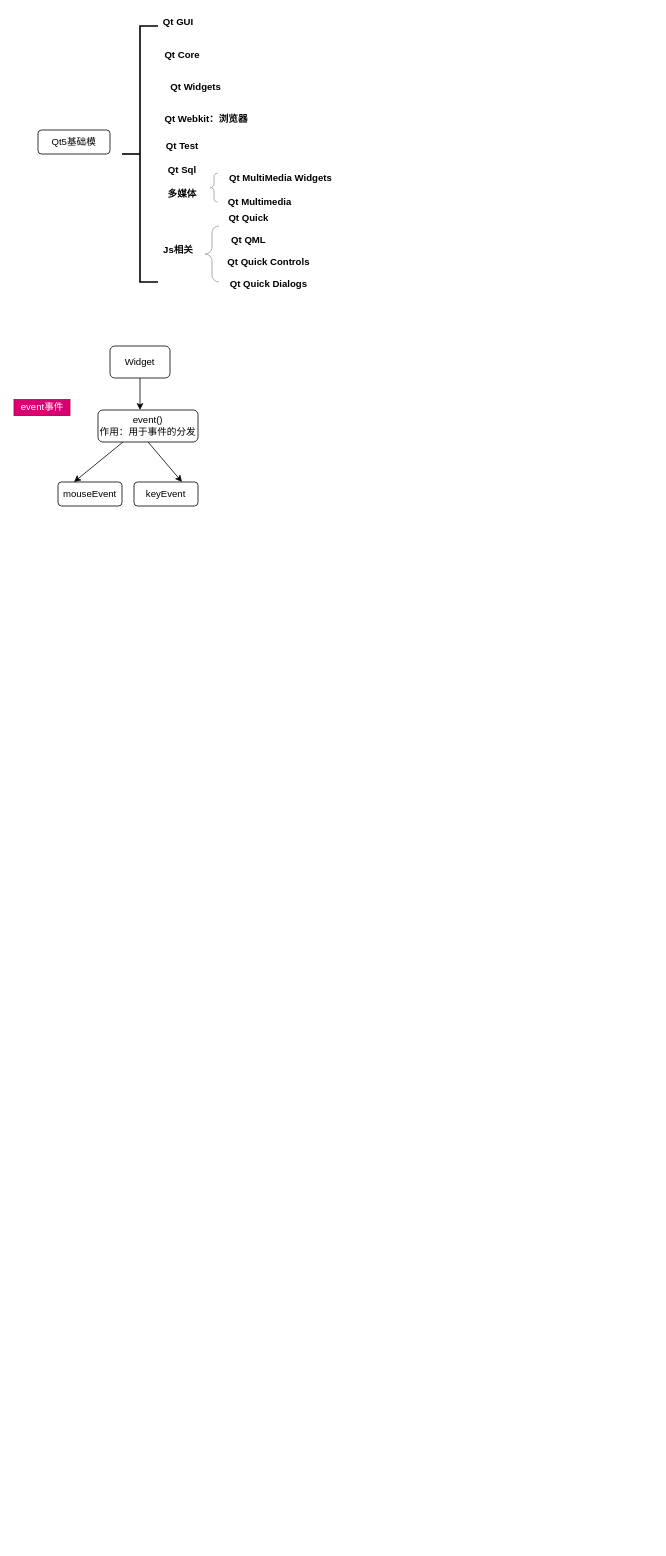
Earlier version of the draw.io diagram QT/Qt基础模块.drawio (JohnJeep/Learning-CS-Journey). Source tidied: cells renumbered, new cells numbered last; positions are measured from the earlier drawing's top-left corner, leaving out a move shared by most shapes. Both pictures are drawn from the tidied source at 80%, with x=0, y=0 at pixel (14, 14).
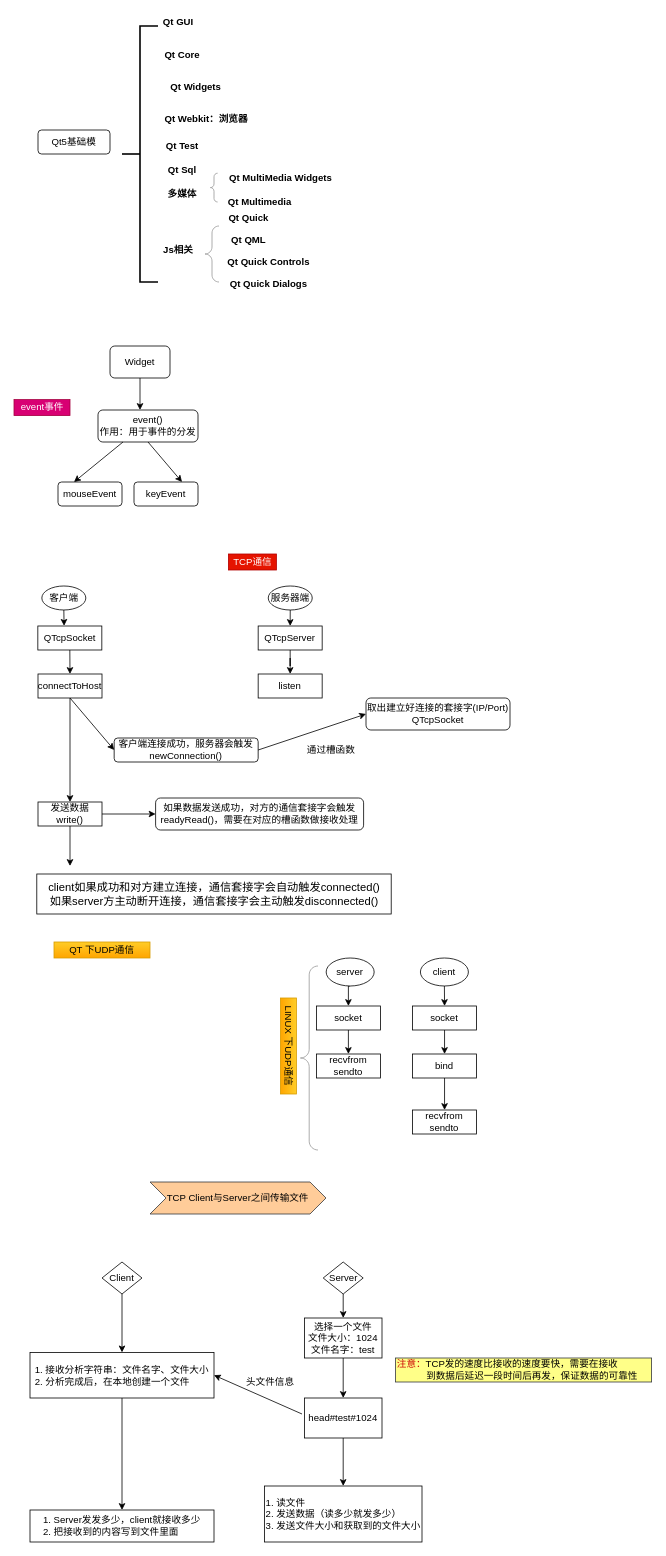
Above is the later version.

What changed in the source:
```diff
@@
+    <mxCell id="28" value="TCP通信" style="text;html=1;align=center;verticalAlign=middle;fillColor=#e51400;strokeColor=#B20000;fontColor=#ffffff;" parent="1" vertex="1">
+      <mxGeometry x="268" y="675" width="60" height="20" as="geometry" />
+    </mxCell>
+    <mxCell id="29" style="edgeStyle=orthogonalEdgeStyle;rounded=0;jettySize=auto;html=1;exitX=0.5;exitY=1;exitDx=0;exitDy=0;entryX=0.41;entryY=-0.007;entryDx=0;entryDy=0;entryPerimeter=0;" parent="1" edge="1" source="30" target="32">
+      <mxGeometry relative="1" as="geometry" />
+    </mxCell>
+    <mxCell id="30" value="客户端" style="ellipse;whiteSpace=wrap;html=1;" parent="1" vertex="1">
+      <mxGeometry x="34.8" y="715" width="55" height="30" as="geometry" />
+    </mxCell>
+    <mxCell id="31" style="edgeStyle=orthogonalEdgeStyle;rounded=0;jettySize=auto;html=1;exitX=0.5;exitY=1;exitDx=0;exitDy=0;entryX=0.5;entryY=0;entryDx=0;entryDy=0;" parent="1" edge="1" source="32" target="34">
+      <mxGeometry relative="1" as="geometry" />
+    </mxCell>
+    <mxCell id="32" value="QTcpSocket" style="rounded=0;whiteSpace=wrap;html=1;" parent="1" vertex="1">
+      <mxGeometry x="29.8" y="765" width="80" height="30" as="geometry" />
+    </mxCell>
+    <mxCell id="33" style="edgeStyle=orthogonalEdgeStyle;rounded=0;jettySize=auto;html=1;" parent="1" edge="1" source="34" target="37">
+      <mxGeometry relative="1" as="geometry" />
+    </mxCell>
+    <mxCell id="34" value="connectToHost" style="rounded=0;whiteSpace=wrap;html=1;" parent="1" vertex="1">
+      <mxGeometry x="30" y="825" width="80" height="30" as="geometry" />
+    </mxCell>
+    <mxCell id="35" style="edgeStyle=orthogonalEdgeStyle;rounded=0;jettySize=auto;html=1;entryX=0;entryY=0.5;entryDx=0;entryDy=0;" parent="1" edge="1" source="37" target="48">
+      <mxGeometry relative="1" as="geometry" />
+    </mxCell>
+    <mxCell id="36" style="edgeStyle=orthogonalEdgeStyle;rounded=0;jettySize=auto;html=1;" parent="1" edge="1" source="37">
+      <mxGeometry relative="1" as="geometry">
+        <mxPoint x="70" y="1065" as="targetPoint" />
+      </mxGeometry>
+    </mxCell>
+    <mxCell id="37" value="发送数据 write()" style="rounded=0;whiteSpace=wrap;html=1;" parent="1" vertex="1">
+      <mxGeometry x="30" y="985" width="80" height="30" as="geometry" />
+    </mxCell>
+    <mxCell id="38" style="edgeStyle=orthogonalEdgeStyle;rounded=0;jettySize=auto;html=1;exitX=0.5;exitY=1;exitDx=0;exitDy=0;entryX=0.5;entryY=0;entryDx=0;entryDy=0;" parent="1" edge="1" source="39" target="41">
+      <mxGeometry relative="1" as="geometry" />
+    </mxCell>
+    <mxCell id="39" value="服务器端" style="ellipse;whiteSpace=wrap;html=1;" parent="1" vertex="1">
+      <mxGeometry x="317.8" y="715" width="55" height="30" as="geometry" />
+    </mxCell>
+    <mxCell id="40" style="edgeStyle=orthogonalEdgeStyle;rounded=0;jettySize=auto;html=1;" parent="1" edge="1" source="41" target="42">
+      <mxGeometry relative="1" as="geometry" />
+    </mxCell>
+    <mxCell id="41" value="QTcpServer" style="rounded=0;whiteSpace=wrap;html=1;" parent="1" vertex="1">
+      <mxGeometry x="305.2" y="765" width="80" height="30" as="geometry" />
+    </mxCell>
+    <mxCell id="42" value="listen" style="rounded=0;whiteSpace=wrap;html=1;" parent="1" vertex="1">
+      <mxGeometry x="305.2" y="825" width="80" height="30" as="geometry" />
+    </mxCell>
+    <mxCell id="43" value="客户端连接成功，服务器会触发newConnection()" style="rounded=1;whiteSpace=wrap;html=1;" parent="1" vertex="1">
+      <mxGeometry x="125.2" y="905" width="180" height="30" as="geometry" />
+    </mxCell>
+    <mxCell id="44" value="取出建立好连接的套接字(IP/Port)&lt;br&gt;QTcpSocket" style="rounded=1;whiteSpace=wrap;html=1;" parent="1" vertex="1">
+      <mxGeometry x="440" y="855" width="180" height="40" as="geometry" />
+    </mxCell>
+    <mxCell id="45" style="endArrow=classic;html=1;exitX=0.5;exitY=1;exitDx=0;exitDy=0;entryX=0;entryY=0.5;entryDx=0;entryDy=0;" parent="1" edge="1" source="34" target="43">
+      <mxGeometry relative="1" as="geometry" />
+    </mxCell>
+    <mxCell id="46" style="endArrow=classic;html=1;exitX=1;exitY=0.5;exitDx=0;exitDy=0;entryX=0;entryY=0.5;entryDx=0;entryDy=0;" parent="1" edge="1" source="43" target="44">
+      <mxGeometry relative="1" as="geometry" />
+    </mxCell>
+    <mxCell id="47" value="通过槽函数" style="text;html=1;strokeColor=none;fillColor=none;align=center;verticalAlign=middle;whiteSpace=wrap;rounded=0;" parent="1" vertex="1">
+      <mxGeometry x="363" y="905" width="67" height="30" as="geometry" />
+    </mxCell>
+    <mxCell id="48" value="如果数据发送成功，对方的通信套接字会触发readyRead()，需要在对应的槽函数做接收处理" style="rounded=1;whiteSpace=wrap;html=1;" parent="1" vertex="1">
+      <mxGeometry x="177" y="980" width="260" height="40" as="geometry" />
+    </mxCell>
+    <mxCell id="49" value="&lt;span style=&quot;font-size: 14px&quot;&gt;client如果成功和对方建立连接，通信套接字会自动触发connected()&lt;/span&gt;&lt;br style=&quot;font-size: 14px&quot;&gt;&lt;span style=&quot;font-size: 14px&quot;&gt;如果server方主动断开连接，通信套接字会主动触发disconnected()&lt;/span&gt;" style="rounded=0;whiteSpace=wrap;html=1;" parent="1" vertex="1">
+      <mxGeometry x="28.5" y="1075" width="443" height="50" as="geometry" />
+    </mxCell>
+    <mxCell id="50" style="edgeStyle=orthogonalEdgeStyle;rounded=0;jettySize=auto;html=1;exitX=0.5;exitY=1;exitDx=0;exitDy=0;entryX=0.5;entryY=0;entryDx=0;entryDy=0;" parent="1" edge="1" source="51" target="54">
+      <mxGeometry relative="1" as="geometry" />
+    </mxCell>
+    <mxCell id="51" value="socket" style="rounded=0;whiteSpace=wrap;html=1;" parent="1" vertex="1">
+      <mxGeometry x="498.2" y="1240" width="80" height="30" as="geometry" />
+    </mxCell>
+    <mxCell id="52" value="QT 下UDP通信" style="text;html=1;strokeColor=#d79b00;fillColor=#ffcd28;align=center;verticalAlign=middle;whiteSpace=wrap;rounded=0;gradientColor=#ffa500;" parent="1" vertex="1">
+      <mxGeometry x="50" y="1160" width="120" height="20" as="geometry" />
+    </mxCell>
+    <mxCell id="53" style="edgeStyle=orthogonalEdgeStyle;rounded=0;jettySize=auto;html=1;exitX=0.5;exitY=1;exitDx=0;exitDy=0;entryX=0.5;entryY=0;entryDx=0;entryDy=0;" parent="1" edge="1" source="54" target="55">
+      <mxGeometry relative="1" as="geometry" />
+    </mxCell>
+    <mxCell id="54" value="bind" style="rounded=0;whiteSpace=wrap;html=1;" parent="1" vertex="1">
+      <mxGeometry x="498.2" y="1300" width="80" height="30" as="geometry" />
+    </mxCell>
+    <mxCell id="55" value="recvfrom&lt;br&gt;sendto" style="rounded=0;whiteSpace=wrap;html=1;" parent="1" vertex="1">
+      <mxGeometry x="498.2" y="1370" width="80" height="30" as="geometry" />
+    </mxCell>
+    <mxCell id="56" style="edgeStyle=orthogonalEdgeStyle;rounded=0;jettySize=auto;html=1;exitX=0.5;exitY=1;exitDx=0;exitDy=0;entryX=0.5;entryY=0;entryDx=0;entryDy=0;" parent="1" edge="1" source="57" target="58">
+      <mxGeometry relative="1" as="geometry" />
+    </mxCell>
+    <mxCell id="57" value="socket" style="rounded=0;whiteSpace=wrap;html=1;" parent="1" vertex="1">
+      <mxGeometry x="378" y="1240" width="80" height="30" as="geometry" />
+    </mxCell>
+    <mxCell id="58" value="recvfrom&lt;br&gt;sendto" style="rounded=0;whiteSpace=wrap;html=1;" parent="1" vertex="1">
+      <mxGeometry x="378" y="1300" width="80" height="30" as="geometry" />
+    </mxCell>
+    <mxCell id="59" style="edgeStyle=orthogonalEdgeStyle;rounded=0;jettySize=auto;html=1;exitX=0.5;exitY=1;exitDx=0;exitDy=0;entryX=0.5;entryY=0;entryDx=0;entryDy=0;" parent="1" edge="1" source="60" target="57">
+      <mxGeometry relative="1" as="geometry" />
+    </mxCell>
+    <mxCell id="60" value="server" style="ellipse;whiteSpace=wrap;html=1;" parent="1" vertex="1">
+      <mxGeometry x="390.2" y="1180" width="60" height="35" as="geometry" />
+    </mxCell>
+    <mxCell id="61" style="edgeStyle=orthogonalEdgeStyle;rounded=0;jettySize=auto;html=1;exitX=0.5;exitY=1;exitDx=0;exitDy=0;entryX=0.5;entryY=0;entryDx=0;entryDy=0;" parent="1" edge="1" source="62" target="51">
+      <mxGeometry relative="1" as="geometry" />
+    </mxCell>
+    <mxCell id="62" value="client" style="ellipse;whiteSpace=wrap;html=1;" parent="1" vertex="1">
+      <mxGeometry x="508" y="1180" width="60" height="35" as="geometry" />
+    </mxCell>
+    <mxCell id="63" style="labelPosition=right;align=left;strokeWidth=1;shape=mxgraph.mockup.markup.curlyBrace;html=1;shadow=0;dashed=0;strokeColor=#999999;direction=north;" parent="1" vertex="1">
+      <mxGeometry x="358" y="1190" width="22" height="230" as="geometry" />
+    </mxCell>
+    <mxCell id="64" value="LINUX 下UDP通信" style="text;html=1;strokeColor=#d79b00;fillColor=#ffcd28;align=center;verticalAlign=middle;whiteSpace=wrap;rounded=0;gradientColor=#ffa500;rotation=90;" parent="1" vertex="1">
+      <mxGeometry x="283" y="1280" width="120" height="20" as="geometry" />
+    </mxCell>
+    <mxCell id="65" value="&lt;span style=&quot;white-space: normal&quot;&gt;TCP Client与Server之间传输文件&lt;/span&gt;" style="shape=step;perimeter=stepPerimeter;whiteSpace=wrap;html=1;fixedSize=1;fillColor=#ffcc99;strokeColor=#36393d;" parent="1" vertex="1">
+      <mxGeometry x="170" y="1460" width="220" height="40" as="geometry" />
+    </mxCell>
+    <mxCell id="66" style="edgeStyle=orthogonalEdgeStyle;rounded=0;jettySize=auto;html=1;exitX=0.5;exitY=1;exitDx=0;exitDy=0;entryX=0.5;entryY=0;entryDx=0;entryDy=0;" parent="1" edge="1" source="67" target="77">
+      <mxGeometry relative="1" as="geometry" />
+    </mxCell>
+    <mxCell id="67" value="Client" style="rhombus;whiteSpace=wrap;html=1;" parent="1" vertex="1">
+      <mxGeometry x="110" y="1560" width="50" height="40" as="geometry" />
+    </mxCell>
+    <mxCell id="68" style="edgeStyle=orthogonalEdgeStyle;rounded=0;jettySize=auto;html=1;exitX=0.5;exitY=1;exitDx=0;exitDy=0;entryX=0.5;entryY=0;entryDx=0;entryDy=0;" parent="1" edge="1" source="69" target="71">
+      <mxGeometry relative="1" as="geometry" />
+    </mxCell>
+    <mxCell id="69" value="Server" style="rhombus;whiteSpace=wrap;html=1;" parent="1" vertex="1">
+      <mxGeometry x="386.5" y="1560" width="50" height="40" as="geometry" />
+    </mxCell>
+    <mxCell id="70" style="edgeStyle=orthogonalEdgeStyle;rounded=0;jettySize=auto;html=1;" parent="1" edge="1" source="71" target="73">
+      <mxGeometry relative="1" as="geometry" />
+    </mxCell>
+    <mxCell id="71" value="选择一个文件&lt;br&gt;文件大小：1024&lt;br&gt;文件名字：test" style="rounded=0;whiteSpace=wrap;html=1;" parent="1" vertex="1">
+      <mxGeometry x="363" y="1630" width="97" height="50" as="geometry" />
+    </mxCell>
+    <mxCell id="72" style="edgeStyle=orthogonalEdgeStyle;rounded=0;jettySize=auto;html=1;exitX=0.5;exitY=1;exitDx=0;exitDy=0;entryX=0.5;entryY=0;entryDx=0;entryDy=0;" parent="1" edge="1" source="73" target="74">
+      <mxGeometry relative="1" as="geometry" />
+    </mxCell>
+    <mxCell id="73" value="head#test#1024" style="rounded=0;whiteSpace=wrap;html=1;" parent="1" vertex="1">
+      <mxGeometry x="363" y="1730" width="97" height="50" as="geometry" />
+    </mxCell>
+    <mxCell id="74" value="1. 读文件&lt;br&gt;2. 发送数据（读多少就发多少）&lt;br&gt;3. 发送文件大小和获取到的文件大小" style="rounded=0;whiteSpace=wrap;html=1;align=left;" parent="1" vertex="1">
+      <mxGeometry x="313" y="1840" width="197" height="70" as="geometry" />
+    </mxCell>
+    <mxCell id="75" value="头文件信息" style="text;html=1;align=center;verticalAlign=middle;" parent="1" vertex="1">
+      <mxGeometry x="280" y="1700" width="80" height="20" as="geometry" />
+    </mxCell>
+    <mxCell id="76" style="edgeStyle=orthogonalEdgeStyle;rounded=0;jettySize=auto;html=1;exitX=0.5;exitY=1;exitDx=0;exitDy=0;entryX=0.5;entryY=0;entryDx=0;entryDy=0;" parent="1" edge="1" source="77" target="78">
+      <mxGeometry relative="1" as="geometry" />
+    </mxCell>
+    <mxCell id="77" value="&lt;div style=&quot;text-align: left&quot;&gt;&lt;span&gt;1. 接收分析字符串：文件名字、文件大小&lt;/span&gt;&lt;/div&gt;&lt;div style=&quot;text-align: left&quot;&gt;&lt;span&gt;2. 分析完成后，在本地创建一个文件&lt;/span&gt;&lt;/div&gt;" style="rounded=0;whiteSpace=wrap;html=1;" parent="1" vertex="1">
+      <mxGeometry x="20" y="1673" width="230" height="57" as="geometry" />
+    </mxCell>
+    <mxCell id="78" value="&lt;div style=&quot;text-align: left&quot;&gt;&lt;span&gt;1. Server发发多少，client就接收多少&lt;/span&gt;&lt;/div&gt;&lt;div style=&quot;text-align: left&quot;&gt;&lt;span&gt;2. 把接收到的内容写到文件里面&lt;/span&gt;&lt;/div&gt;" style="rounded=0;whiteSpace=wrap;html=1;" parent="1" vertex="1">
+      <mxGeometry x="20" y="1870" width="230" height="40" as="geometry" />
+    </mxCell>
+    <mxCell id="79" style="endArrow=classic;html=1;entryX=1;entryY=0.5;entryDx=0;entryDy=0;" parent="1" edge="1" target="77">
+      <mxGeometry relative="1" as="geometry">
+        <mxPoint x="360" y="1750" as="sourcePoint" />
+      </mxGeometry>
+    </mxCell>
+    <mxCell id="80" value="&lt;font color=&quot;#cc0000&quot;&gt;注意：&lt;/font&gt;TCP发的速度比接收的速度要快，需要在接收&lt;br&gt;&amp;nbsp; &amp;nbsp; &amp;nbsp; &amp;nbsp; &amp;nbsp; &amp;nbsp;到数据后延迟一段时间后再发，保证数据的可靠性" style="text;html=1;align=left;verticalAlign=middle;fillColor=#ffff88;strokeColor=#36393d;" parent="1" vertex="1">
+      <mxGeometry x="477" y="1680" width="320" height="30" as="geometry" />
+    </mxCell>
```
